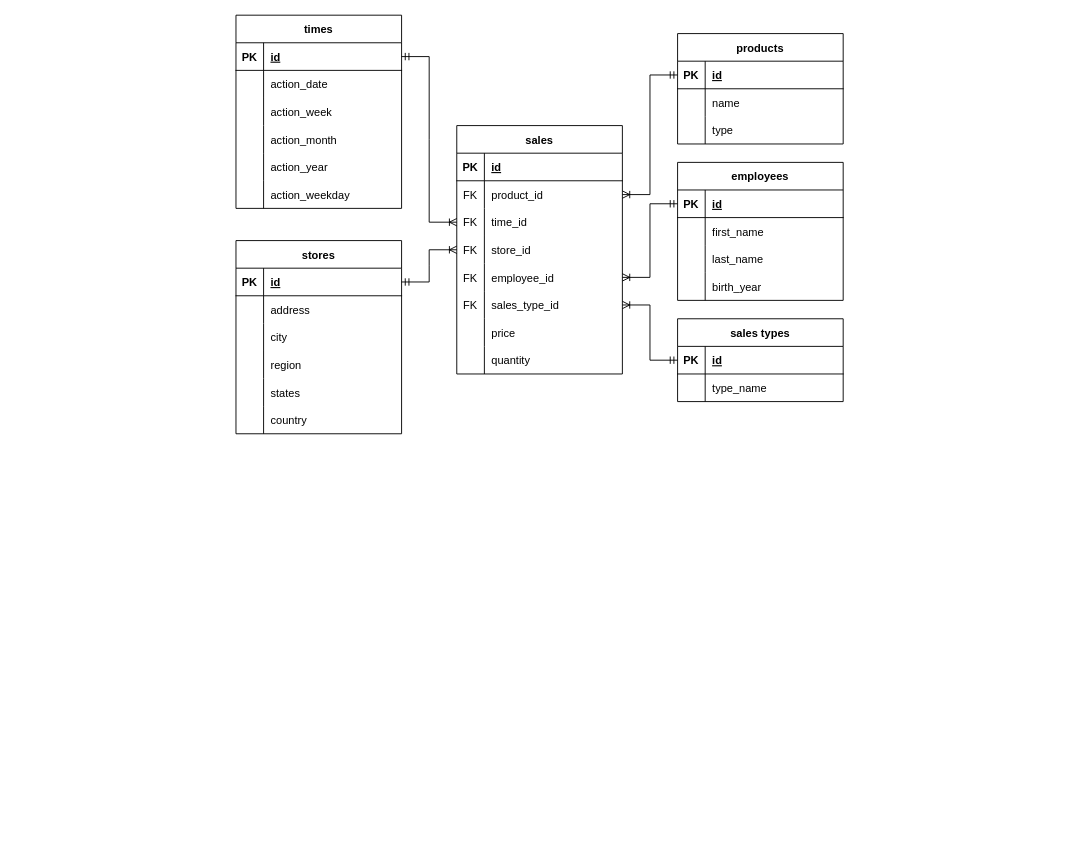
Above: Snoflake.drawio in amar-ti2021/english-project (draw.io), before the change. Source tidied: cells renumbered, new cells numbered last; positions are measured from the earlier drawing's top-left corner, leaving out a move shared by most shapes. Both pictures are drawn from the tidied source at 92%, with x=0, y=0 at pixel (236, 15).
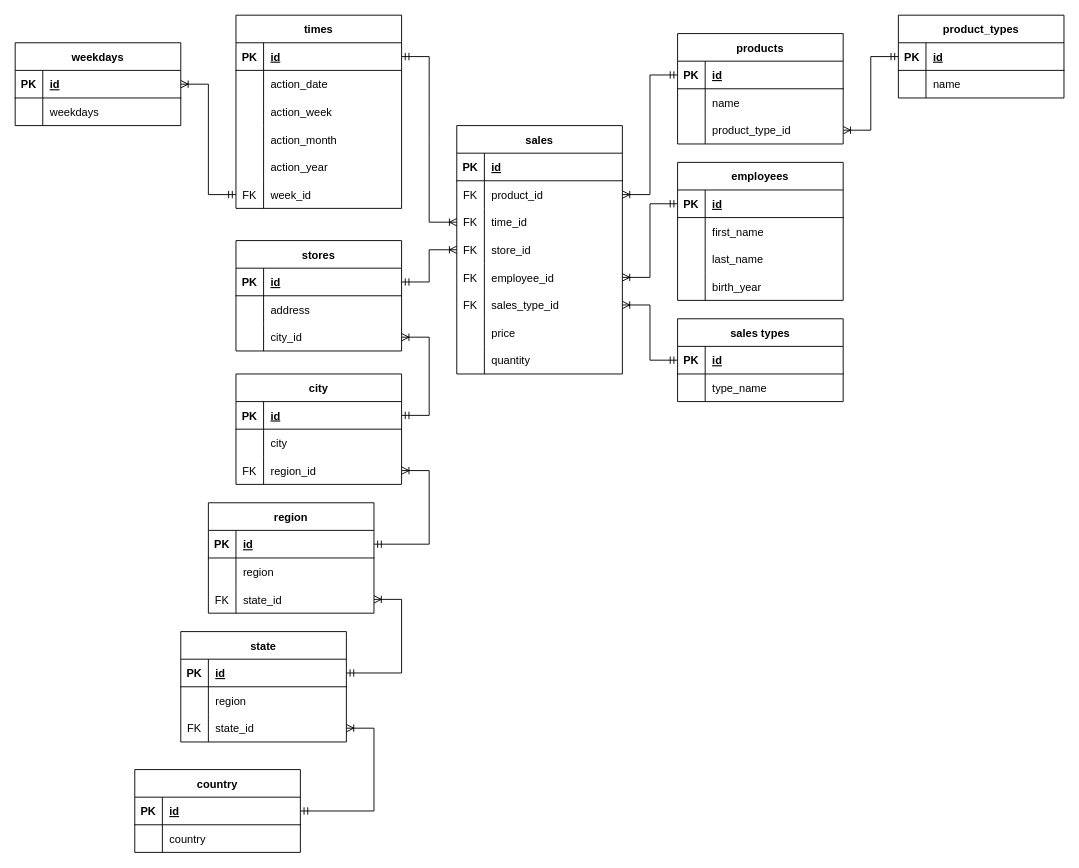
Above is the later version.

Unchanged cells that the change refers to:
```xml
<mxCell id="9" style="shape=tableRow;horizontal=0;startSize=0;swimlaneHead=0;swimlaneBody=0;fillColor=none;points=[[0,0.5],[1,0.5]];portConstraint=eastwest;top=0;left=0;right=0;bottom=0;" parent="2" vertex="1">
  <mxGeometry y="90" width="180" height="30" as="geometry" />
</mxCell>
<mxCell id="69" style="shape=tableRow;horizontal=0;startSize=0;swimlaneHead=0;swimlaneBody=0;fillColor=none;points=[[0,0.5],[1,0.5]];portConstraint=eastwest;top=0;left=0;right=0;bottom=0;" parent="53" vertex="1">
  <mxGeometry y="180" width="180" height="30" as="geometry" />
</mxCell>
<mxCell id="92" style="shape=tableRow;horizontal=0;startSize=0;swimlaneHead=0;swimlaneBody=0;fillColor=none;points=[[0,0.5],[1,0.5]];portConstraint=eastwest;top=0;left=0;right=0;bottom=0;" parent="85" vertex="1">
  <mxGeometry y="90" width="180" height="30" as="geometry" />
</mxCell>
```

Change to the diagram source:
```diff
@@
     <mxCell id="2" value="stores" style="shape=table;startSize=30;childLayout=tableLayout;rowLines=0;fontStyle=1;align=center;" parent="1" vertex="1">
-      <mxGeometry y="245" width="180" height="210" as="geometry" />
+      <mxGeometry y="245" width="180" height="120" as="geometry" />
     </mxCell>
@@
-    <mxCell id="11" value="city" style="shape=partialRectangle;fillColor=none;top=0;left=0;bottom=0;right=0;align=left;spacingLeft=6;overflow=hidden;" parent="9" vertex="1">
+    <mxCell id="11" value="city_id" style="shape=partialRectangle;fillColor=none;top=0;left=0;bottom=0;right=0;align=left;spacingLeft=6;overflow=hidden;" parent="9" vertex="1">
       <mxGeometry x="30" width="150" height="30" as="geometry" />
     </mxCell>
-    <mxCell id="12" style="shape=tableRow;horizontal=0;startSize=0;swimlaneHead=0;swimlaneBody=0;fillColor=none;top=0;left=0;right=0;bottom=0;" parent="2" vertex="1">
-      <mxGeometry y="120" width="180" height="30" as="geometry" />
-    </mxCell>
-    <mxCell id="13" style="shape=partialRectangle;fillColor=none;top=0;left=0;bottom=0;right=0;overflow=hidden;" parent="12" vertex="1">
-      <mxGeometry width="30" height="30" as="geometry" />
-    </mxCell>
-    <mxCell id="14" value="region" style="shape=partialRectangle;fillColor=none;top=0;left=0;bottom=0;right=0;align=left;spacingLeft=6;overflow=hidden;" parent="12" vertex="1">
-      <mxGeometry x="30" width="150" height="30" as="geometry" />
-    </mxCell>
-    <mxCell id="15" style="shape=tableRow;horizontal=0;startSize=0;swimlaneHead=0;swimlaneBody=0;fillColor=none;top=0;left=0;right=0;bottom=0;" parent="2" vertex="1">
-      <mxGeometry y="150" width="180" height="30" as="geometry" />
-    </mxCell>
-    <mxCell id="16" style="shape=partialRectangle;fillColor=none;top=0;left=0;bottom=0;right=0;overflow=hidden;" parent="15" vertex="1">
-      <mxGeometry width="30" height="30" as="geometry" />
-    </mxCell>
-    <mxCell id="17" value="states" style="shape=partialRectangle;fillColor=none;top=0;left=0;bottom=0;right=0;align=left;spacingLeft=6;overflow=hidden;" parent="15" vertex="1">
-      <mxGeometry x="30" width="150" height="30" as="geometry" />
-    </mxCell>
-    <mxCell id="18" style="shape=tableRow;horizontal=0;startSize=0;swimlaneHead=0;swimlaneBody=0;fillColor=none;top=0;left=0;right=0;bottom=0;" parent="2" vertex="1">
-      <mxGeometry y="180" width="180" height="30" as="geometry" />
-    </mxCell>
-    <mxCell id="19" style="shape=partialRectangle;fillColor=none;top=0;left=0;bottom=0;right=0;overflow=hidden;" parent="18" vertex="1">
-      <mxGeometry width="30" height="30" as="geometry" />
-    </mxCell>
-    <mxCell id="20" value="country" style="shape=partialRectangle;fillColor=none;top=0;left=0;bottom=0;right=0;align=left;spacingLeft=6;overflow=hidden;" parent="18" vertex="1">
-      <mxGeometry x="30" width="150" height="30" as="geometry" />
-    </mxCell>
@@
-    <mxCell id="70" style="shape=partialRectangle;fillColor=none;top=0;left=0;bottom=0;right=0;overflow=hidden;" parent="69" vertex="1">
+    <mxCell id="70" value="FK" style="shape=partialRectangle;fillColor=none;top=0;left=0;bottom=0;right=0;overflow=hidden;" parent="69" vertex="1">
       <mxGeometry width="30" height="30" as="geometry" />
     </mxCell>
-    <mxCell id="71" value="action_weekday" style="shape=partialRectangle;fillColor=none;top=0;left=0;bottom=0;right=0;align=left;spacingLeft=6;overflow=hidden;" parent="69" vertex="1">
+    <mxCell id="71" value="week_id" style="shape=partialRectangle;fillColor=none;top=0;left=0;bottom=0;right=0;align=left;spacingLeft=6;overflow=hidden;" parent="69" vertex="1">
       <mxGeometry x="30" width="150" height="30" as="geometry" />
     </mxCell>
@@
-    <mxCell id="94" value="type" style="shape=partialRectangle;fillColor=none;top=0;left=0;bottom=0;right=0;align=left;spacingLeft=6;overflow=hidden;" parent="92" vertex="1">
+    <mxCell id="94" value="product_type_id" style="shape=partialRectangle;fillColor=none;top=0;left=0;bottom=0;right=0;align=left;spacingLeft=6;overflow=hidden;" parent="92" vertex="1">
       <mxGeometry x="30" width="150" height="30" as="geometry" />
     </mxCell>
@@
+    <mxCell id="100" value="product_types" style="shape=table;startSize=30;childLayout=tableLayout;rowLines=0;fontStyle=1;align=center;" parent="1" vertex="1">
+      <mxGeometry x="720" width="180" height="90" as="geometry" />
+    </mxCell>
+    <mxCell id="101" style="shape=tableRow;horizontal=0;startSize=0;swimlaneHead=0;swimlaneBody=0;fillColor=none;points=[[0,0.5],[1,0.5]];portConstraint=eastwest;top=0;left=0;right=0;bottom=1;" parent="100" vertex="1">
+      <mxGeometry y="30" width="180" height="30" as="geometry" />
+    </mxCell>
+    <mxCell id="102" value="PK" style="shape=partialRectangle;fillColor=none;top=0;left=0;bottom=0;right=0;fontStyle=1;overflow=hidden;" parent="101" vertex="1">
+      <mxGeometry width="30" height="30" as="geometry" />
+    </mxCell>
+    <mxCell id="103" value="id" style="shape=partialRectangle;fillColor=none;top=0;left=0;bottom=0;right=0;align=left;spacingLeft=6;fontStyle=5;overflow=hidden;" parent="101" vertex="1">
+      <mxGeometry x="30" width="150" height="30" as="geometry" />
+    </mxCell>
+    <mxCell id="104" style="shape=tableRow;horizontal=0;startSize=0;swimlaneHead=0;swimlaneBody=0;fillColor=none;top=0;left=0;right=0;bottom=0;" parent="100" vertex="1">
+      <mxGeometry y="60" width="180" height="30" as="geometry" />
+    </mxCell>
+    <mxCell id="105" style="shape=partialRectangle;fillColor=none;top=0;left=0;bottom=0;right=0;overflow=hidden;" parent="104" vertex="1">
+      <mxGeometry width="30" height="30" as="geometry" />
+    </mxCell>
+    <mxCell id="106" value="name" style="shape=partialRectangle;fillColor=none;top=0;left=0;bottom=0;right=0;align=left;spacingLeft=6;overflow=hidden;" parent="104" vertex="1">
+      <mxGeometry x="30" width="150" height="30" as="geometry" />
+    </mxCell>
+    <mxCell id="107" style="edgeStyle=entityRelationEdgeStyle;fontSize=12;html=1;endArrow=ERoneToMany;startArrow=ERmandOne;rounded=0;" parent="1" edge="1" source="101" target="92">
+      <mxGeometry relative="1" as="geometry" />
+    </mxCell>
+    <mxCell id="108" value="city" style="shape=table;startSize=30;childLayout=tableLayout;rowLines=0;fontStyle=1;align=center;" parent="1" vertex="1">
+      <mxGeometry y="390" width="180" height="120" as="geometry" />
+    </mxCell>
+    <mxCell id="109" style="shape=tableRow;horizontal=0;startSize=0;swimlaneHead=0;swimlaneBody=0;fillColor=none;points=[[0,0.5],[1,0.5]];portConstraint=eastwest;top=0;left=0;right=0;bottom=1;" parent="108" vertex="1">
+      <mxGeometry y="30" width="180" height="30" as="geometry" />
+    </mxCell>
+    <mxCell id="110" value="PK" style="shape=partialRectangle;fillColor=none;top=0;left=0;bottom=0;right=0;fontStyle=1;overflow=hidden;" parent="109" vertex="1">
+      <mxGeometry width="30" height="30" as="geometry" />
+    </mxCell>
+    <mxCell id="111" value="id" style="shape=partialRectangle;fillColor=none;top=0;left=0;bottom=0;right=0;align=left;spacingLeft=6;fontStyle=5;overflow=hidden;" parent="109" vertex="1">
+      <mxGeometry x="30" width="150" height="30" as="geometry" />
+    </mxCell>
+    <mxCell id="112" style="shape=tableRow;horizontal=0;startSize=0;swimlaneHead=0;swimlaneBody=0;fillColor=none;top=0;left=0;right=0;bottom=0;" parent="108" vertex="1">
+      <mxGeometry y="60" width="180" height="30" as="geometry" />
+    </mxCell>
+    <mxCell id="113" style="shape=partialRectangle;fillColor=none;top=0;left=0;bottom=0;right=0;overflow=hidden;" parent="112" vertex="1">
+      <mxGeometry width="30" height="30" as="geometry" />
+    </mxCell>
+    <mxCell id="114" value="city" style="shape=partialRectangle;fillColor=none;top=0;left=0;bottom=0;right=0;align=left;spacingLeft=6;overflow=hidden;" parent="112" vertex="1">
+      <mxGeometry x="30" width="150" height="30" as="geometry" />
+    </mxCell>
+    <mxCell id="115" style="shape=tableRow;horizontal=0;startSize=0;swimlaneHead=0;swimlaneBody=0;fillColor=none;points=[[0,0.5],[1,0.5]];portConstraint=eastwest;top=0;left=0;right=0;bottom=0;" parent="108" vertex="1">
+      <mxGeometry y="90" width="180" height="30" as="geometry" />
+    </mxCell>
+    <mxCell id="116" value="FK" style="shape=partialRectangle;fillColor=none;top=0;left=0;bottom=0;right=0;overflow=hidden;" parent="115" vertex="1">
+      <mxGeometry width="30" height="30" as="geometry" />
+    </mxCell>
+    <mxCell id="117" value="region_id" style="shape=partialRectangle;fillColor=none;top=0;left=0;bottom=0;right=0;align=left;spacingLeft=6;overflow=hidden;" parent="115" vertex="1">
+      <mxGeometry x="30" width="150" height="30" as="geometry" />
+    </mxCell>
+    <mxCell id="118" style="edgeStyle=entityRelationEdgeStyle;fontSize=12;html=1;endArrow=ERoneToMany;startArrow=ERmandOne;rounded=0;" parent="1" edge="1" source="109" target="9">
+      <mxGeometry relative="1" as="geometry" />
+    </mxCell>
+    <mxCell id="119" value="region" style="shape=table;startSize=30;childLayout=tableLayout;rowLines=0;fontStyle=1;align=center;" parent="1" vertex="1">
+      <mxGeometry x="-30" y="530" width="180" height="120" as="geometry" />
+    </mxCell>
+    <mxCell id="120" style="shape=tableRow;horizontal=0;startSize=0;swimlaneHead=0;swimlaneBody=0;fillColor=none;points=[[0,0.5],[1,0.5]];portConstraint=eastwest;top=0;left=0;right=0;bottom=1;" parent="119" vertex="1">
+      <mxGeometry y="30" width="180" height="30" as="geometry" />
+    </mxCell>
+    <mxCell id="121" value="PK" style="shape=partialRectangle;fillColor=none;top=0;left=0;bottom=0;right=0;fontStyle=1;overflow=hidden;" parent="120" vertex="1">
+      <mxGeometry width="30" height="30" as="geometry" />
+    </mxCell>
+    <mxCell id="122" value="id" style="shape=partialRectangle;fillColor=none;top=0;left=0;bottom=0;right=0;align=left;spacingLeft=6;fontStyle=5;overflow=hidden;" parent="120" vertex="1">
+      <mxGeometry x="30" width="150" height="30" as="geometry" />
+    </mxCell>
+    <mxCell id="123" style="shape=tableRow;horizontal=0;startSize=0;swimlaneHead=0;swimlaneBody=0;fillColor=none;top=0;left=0;right=0;bottom=0;" parent="119" vertex="1">
+      <mxGeometry y="60" width="180" height="30" as="geometry" />
+    </mxCell>
+    <mxCell id="124" style="shape=partialRectangle;fillColor=none;top=0;left=0;bottom=0;right=0;overflow=hidden;" parent="123" vertex="1">
+      <mxGeometry width="30" height="30" as="geometry" />
+    </mxCell>
+    <mxCell id="125" value="region" style="shape=partialRectangle;fillColor=none;top=0;left=0;bottom=0;right=0;align=left;spacingLeft=6;overflow=hidden;" parent="123" vertex="1">
+      <mxGeometry x="30" width="150" height="30" as="geometry" />
+    </mxCell>
+    <mxCell id="126" style="shape=tableRow;horizontal=0;startSize=0;swimlaneHead=0;swimlaneBody=0;fillColor=none;points=[[0,0.5],[1,0.5]];portConstraint=eastwest;top=0;left=0;right=0;bottom=0;" parent="119" vertex="1">
+      <mxGeometry y="90" width="180" height="30" as="geometry" />
+    </mxCell>
+    <mxCell id="127" value="FK" style="shape=partialRectangle;fillColor=none;top=0;left=0;bottom=0;right=0;overflow=hidden;" parent="126" vertex="1">
+      <mxGeometry width="30" height="30" as="geometry" />
+    </mxCell>
+    <mxCell id="128" value="state_id" style="shape=partialRectangle;fillColor=none;top=0;left=0;bottom=0;right=0;align=left;spacingLeft=6;overflow=hidden;" parent="126" vertex="1">
+      <mxGeometry x="30" width="150" height="30" as="geometry" />
+    </mxCell>
+    <mxCell id="129" style="edgeStyle=entityRelationEdgeStyle;fontSize=12;html=1;endArrow=ERoneToMany;startArrow=ERmandOne;rounded=0;" parent="1" edge="1" source="120" target="115">
+      <mxGeometry relative="1" as="geometry" />
+    </mxCell>
+    <mxCell id="130" value="state" style="shape=table;startSize=30;childLayout=tableLayout;rowLines=0;fontStyle=1;align=center;" parent="1" vertex="1">
+      <mxGeometry x="-60" y="670" width="180" height="120" as="geometry" />
+    </mxCell>
+    <mxCell id="131" style="shape=tableRow;horizontal=0;startSize=0;swimlaneHead=0;swimlaneBody=0;fillColor=none;points=[[0,0.5],[1,0.5]];portConstraint=eastwest;top=0;left=0;right=0;bottom=1;" parent="130" vertex="1">
+      <mxGeometry y="30" width="180" height="30" as="geometry" />
+    </mxCell>
+    <mxCell id="132" value="PK" style="shape=partialRectangle;fillColor=none;top=0;left=0;bottom=0;right=0;fontStyle=1;overflow=hidden;" parent="131" vertex="1">
+      <mxGeometry width="30" height="30" as="geometry" />
+    </mxCell>
+    <mxCell id="133" value="id" style="shape=partialRectangle;fillColor=none;top=0;left=0;bottom=0;right=0;align=left;spacingLeft=6;fontStyle=5;overflow=hidden;" parent="131" vertex="1">
+      <mxGeometry x="30" width="150" height="30" as="geometry" />
+    </mxCell>
+    <mxCell id="134" style="shape=tableRow;horizontal=0;startSize=0;swimlaneHead=0;swimlaneBody=0;fillColor=none;top=0;left=0;right=0;bottom=0;" parent="130" vertex="1">
+      <mxGeometry y="60" width="180" height="30" as="geometry" />
+    </mxCell>
+    <mxCell id="135" style="shape=partialRectangle;fillColor=none;top=0;left=0;bottom=0;right=0;overflow=hidden;" parent="134" vertex="1">
+      <mxGeometry width="30" height="30" as="geometry" />
+    </mxCell>
+    <mxCell id="136" value="region" style="shape=partialRectangle;fillColor=none;top=0;left=0;bottom=0;right=0;align=left;spacingLeft=6;overflow=hidden;" parent="134" vertex="1">
+      <mxGeometry x="30" width="150" height="30" as="geometry" />
+    </mxCell>
+    <mxCell id="137" style="shape=tableRow;horizontal=0;startSize=0;swimlaneHead=0;swimlaneBody=0;fillColor=none;points=[[0,0.5],[1,0.5]];portConstraint=eastwest;top=0;left=0;right=0;bottom=0;" parent="130" vertex="1">
+      <mxGeometry y="90" width="180" height="30" as="geometry" />
+    </mxCell>
+    <mxCell id="138" value="FK" style="shape=partialRectangle;fillColor=none;top=0;left=0;bottom=0;right=0;overflow=hidden;" parent="137" vertex="1">
+      <mxGeometry width="30" height="30" as="geometry" />
+    </mxCell>
+    <mxCell id="139" value="state_id" style="shape=partialRectangle;fillColor=none;top=0;left=0;bottom=0;right=0;align=left;spacingLeft=6;overflow=hidden;" parent="137" vertex="1">
+      <mxGeometry x="30" width="150" height="30" as="geometry" />
+    </mxCell>
+    <mxCell id="140" style="edgeStyle=entityRelationEdgeStyle;fontSize=12;html=1;endArrow=ERoneToMany;startArrow=ERmandOne;rounded=0;" parent="1" edge="1" source="131" target="126">
+      <mxGeometry relative="1" as="geometry" />
+    </mxCell>
+    <mxCell id="141" value="country" style="shape=table;startSize=30;childLayout=tableLayout;rowLines=0;fontStyle=1;align=center;" parent="1" vertex="1">
+      <mxGeometry x="-110" y="820" width="180" height="90" as="geometry" />
+    </mxCell>
+    <mxCell id="142" style="shape=tableRow;horizontal=0;startSize=0;swimlaneHead=0;swimlaneBody=0;fillColor=none;points=[[0,0.5],[1,0.5]];portConstraint=eastwest;top=0;left=0;right=0;bottom=1;" parent="141" vertex="1">
+      <mxGeometry y="30" width="180" height="30" as="geometry" />
+    </mxCell>
+    <mxCell id="143" value="PK" style="shape=partialRectangle;fillColor=none;top=0;left=0;bottom=0;right=0;fontStyle=1;overflow=hidden;" parent="142" vertex="1">
+      <mxGeometry width="30" height="30" as="geometry" />
+    </mxCell>
+    <mxCell id="144" value="id" style="shape=partialRectangle;fillColor=none;top=0;left=0;bottom=0;right=0;align=left;spacingLeft=6;fontStyle=5;overflow=hidden;" parent="142" vertex="1">
+      <mxGeometry x="30" width="150" height="30" as="geometry" />
+    </mxCell>
+    <mxCell id="145" style="shape=tableRow;horizontal=0;startSize=0;swimlaneHead=0;swimlaneBody=0;fillColor=none;top=0;left=0;right=0;bottom=0;" parent="141" vertex="1">
+      <mxGeometry y="60" width="180" height="30" as="geometry" />
+    </mxCell>
+    <mxCell id="146" style="shape=partialRectangle;fillColor=none;top=0;left=0;bottom=0;right=0;overflow=hidden;" parent="145" vertex="1">
+      <mxGeometry width="30" height="30" as="geometry" />
+    </mxCell>
+    <mxCell id="20" value="country" style="shape=partialRectangle;fillColor=none;top=0;left=0;bottom=0;right=0;align=left;spacingLeft=6;overflow=hidden;" parent="145" vertex="1">
+      <mxGeometry x="30" width="150" height="30" as="geometry" />
+    </mxCell>
+    <mxCell id="147" style="edgeStyle=entityRelationEdgeStyle;fontSize=12;html=1;endArrow=ERoneToMany;startArrow=ERmandOne;rounded=0;" parent="1" edge="1" source="142" target="137">
+      <mxGeometry relative="1" as="geometry" />
+    </mxCell>
+    <mxCell id="148" value="weekdays" style="shape=table;startSize=30;childLayout=tableLayout;rowLines=0;fontStyle=1;align=center;" parent="1" vertex="1">
+      <mxGeometry x="-240" y="30" width="180" height="90" as="geometry" />
+    </mxCell>
+    <mxCell id="149" style="shape=tableRow;horizontal=0;startSize=0;swimlaneHead=0;swimlaneBody=0;fillColor=none;points=[[0,0.5],[1,0.5]];portConstraint=eastwest;top=0;left=0;right=0;bottom=1;" parent="148" vertex="1">
+      <mxGeometry y="30" width="180" height="30" as="geometry" />
+    </mxCell>
+    <mxCell id="150" value="PK" style="shape=partialRectangle;fillColor=none;top=0;left=0;bottom=0;right=0;fontStyle=1;overflow=hidden;" parent="149" vertex="1">
+      <mxGeometry width="30" height="30" as="geometry" />
+    </mxCell>
+    <mxCell id="151" value="id" style="shape=partialRectangle;fillColor=none;top=0;left=0;bottom=0;right=0;align=left;spacingLeft=6;fontStyle=5;overflow=hidden;" parent="149" vertex="1">
+      <mxGeometry x="30" width="150" height="30" as="geometry" />
+    </mxCell>
+    <mxCell id="152" style="shape=tableRow;horizontal=0;startSize=0;swimlaneHead=0;swimlaneBody=0;fillColor=none;top=0;left=0;right=0;bottom=0;" parent="148" vertex="1">
+      <mxGeometry y="60" width="180" height="30" as="geometry" />
+    </mxCell>
+    <mxCell id="153" style="shape=partialRectangle;fillColor=none;top=0;left=0;bottom=0;right=0;overflow=hidden;" parent="152" vertex="1">
+      <mxGeometry width="30" height="30" as="geometry" />
+    </mxCell>
+    <mxCell id="154" value="weekdays" style="shape=partialRectangle;fillColor=none;top=0;left=0;bottom=0;right=0;align=left;spacingLeft=6;overflow=hidden;" parent="152" vertex="1">
+      <mxGeometry x="30" width="150" height="30" as="geometry" />
+    </mxCell>
+    <mxCell id="155" style="edgeStyle=entityRelationEdgeStyle;fontSize=12;html=1;endArrow=ERoneToMany;startArrow=ERmandOne;rounded=0;" parent="1" edge="1" source="69" target="149">
+      <mxGeometry relative="1" as="geometry" />
+    </mxCell>
```
